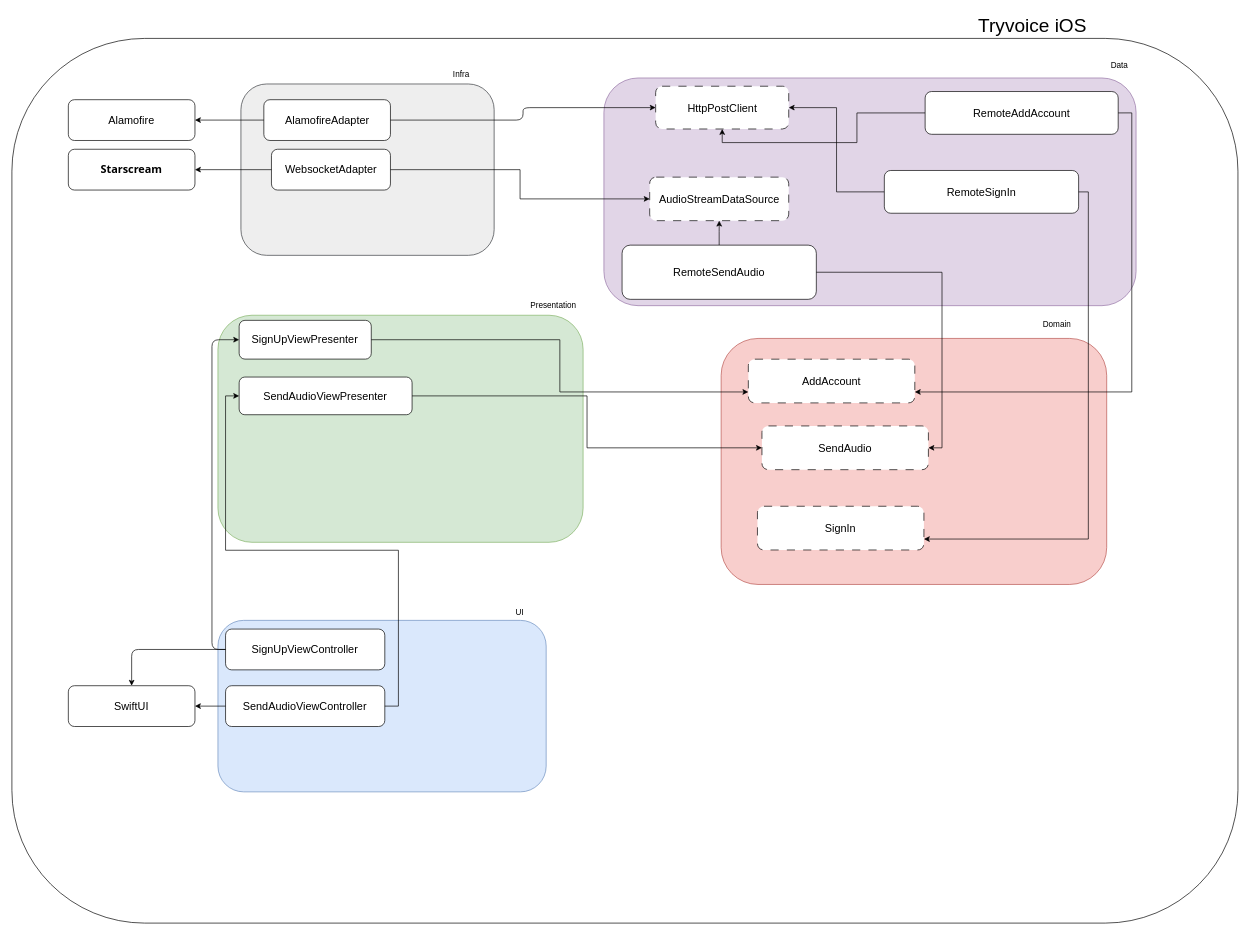
Earlier version of the draw.io diagram TryvoiceEngine.drawio (CarlosDanielDev/example-git). Source tidied: cells renumbered, new cells numbered last; positions are measured from the earlier drawing's top-left corner, leaving out a move shared by most shapes. Both pictures are drawn from the tidied source at 68%, with x=0, y=0 at pixel (12, 12).
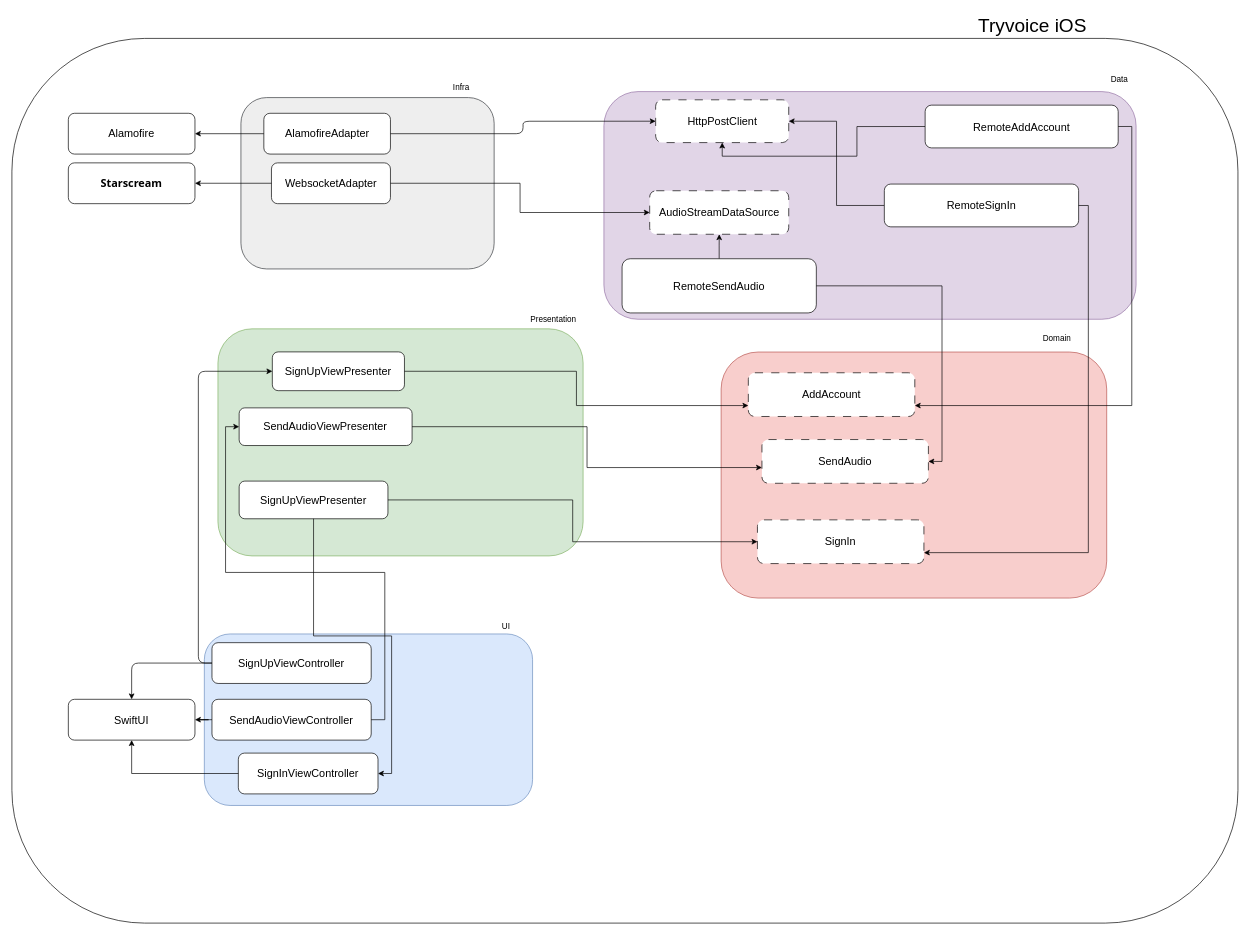
After the change.

The change refers to these unchanged cells:
```xml
<mxCell id="9" style="group;rounded=1;" parent="3" vertex="1">
  <mxGeometry x="303" y="400" width="537" height="380" as="geometry" />
</mxCell>
<mxCell id="17" value="SendAudio" style="rounded=1;whiteSpace=wrap;html=1;fontSize=16;spacing=2;dashed=1;dashPattern=12 12;" parent="14" vertex="1">
  <mxGeometry x="60" y="168.9" width="244.8" height="64.3" as="geometry" />
</mxCell>
<mxCell id="19" value="SignIn" style="rounded=1;whiteSpace=wrap;html=1;fontSize=16;spacing=2;dashed=1;dashPattern=12 12;" parent="14" vertex="1">
  <mxGeometry x="53.4" y="287" width="244.8" height="64.3" as="geometry" />
</mxCell>
<mxCell id="21" value="SwiftUI" style="rounded=1;whiteSpace=wrap;html=1;fontSize=16;spacing=2;" parent="3" vertex="1">
  <mxGeometry x="83" y="990.9" width="186.2" height="60" as="geometry" />
</mxCell>
```

What changed in the source:
```diff
@@
     <mxCell id="3" style="group;rounded=1;" parent="1" vertex="1">
-      <mxGeometry width="1803" height="1317" as="geometry" />
+      <mxGeometry y="20" width="1803" height="1317" as="geometry" />
     </mxCell>
     <mxCell id="4" style="group;rounded=1;" parent="3" vertex="1">
-      <mxGeometry x="303" y="860" width="482.7" height="287" as="geometry" />
+      <mxGeometry x="283" y="860" width="482.7" height="287" as="geometry" />
     </mxCell>
@@
+    <mxCell id="53" value="SignInViewController" style="rounded=1;whiteSpace=wrap;html=1;fontSize=16;spacing=2;" parent="4" vertex="1">
+      <mxGeometry x="50" y="210" width="205.4" height="60" as="geometry" />
+    </mxCell>
@@
     <mxCell id="12" value="SignUpViewPresenter" style="rounded=1;whiteSpace=wrap;html=1;fontSize=16;spacing=2;" parent="9" vertex="1">
-      <mxGeometry x="31.2" y="53.6" width="194.3" height="57" as="geometry" />
+      <mxGeometry x="80" y="80" width="194.3" height="57" as="geometry" />
     </mxCell>
     <mxCell id="13" value="SendAudioViewPresenter" style="rounded=1;whiteSpace=wrap;html=1;fontSize=16;spacing=2;" parent="9" vertex="1">
-      <mxGeometry x="31.2" y="137" width="254.3" height="55.4" as="geometry" />
+      <mxGeometry x="31.2" y="162.3" width="254.3" height="55.4" as="geometry" />
     </mxCell>
+    <mxCell id="54" value="SignUpViewPresenter" style="rounded=1;whiteSpace=wrap;html=1;fontSize=16;spacing=2;" parent="9" vertex="1">
+      <mxGeometry x="31.2" y="270" width="218.8" height="55.4" as="geometry" />
+    </mxCell>
@@
-    <mxCell id="45" style="edgeStyle=orthogonalEdgeStyle;rounded=0;hachureGap=4;jettySize=auto;html=1;fontFamily=Architects Daughter;fontSize=16;entryX=0;entryY=0.5;entryDx=0;entryDy=0;" parent="3" edge="1" source="13" target="17">
-      <mxGeometry relative="1" as="geometry" />
-    </mxCell>
@@
+    <mxCell id="45" style="edgeStyle=orthogonalEdgeStyle;rounded=0;hachureGap=4;jettySize=auto;html=1;entryX=0;entryY=0.64;entryDx=0;entryDy=0;entryPerimeter=0;fontFamily=Architects Daughter;fontSize=16;" parent="3" edge="1" source="13" target="17">
+      <mxGeometry relative="1" as="geometry" />
+    </mxCell>
+    <mxCell id="55" style="edgeStyle=orthogonalEdgeStyle;rounded=0;hachureGap=4;jettySize=auto;html=1;entryX=0;entryY=0.5;entryDx=0;entryDy=0;fontFamily=Architects Daughter;fontSize=16;" parent="3" edge="1" source="54" target="19">
+      <mxGeometry relative="1" as="geometry" />
+    </mxCell>
+    <mxCell id="56" style="edgeStyle=orthogonalEdgeStyle;rounded=0;hachureGap=4;jettySize=auto;html=1;fontFamily=Architects Daughter;fontSize=16;" parent="3" edge="1" source="53" target="21">
+      <mxGeometry relative="1" as="geometry" />
+    </mxCell>
+    <mxCell id="57" style="edgeStyle=orthogonalEdgeStyle;rounded=0;hachureGap=4;jettySize=auto;html=1;exitX=0.5;exitY=1;exitDx=0;exitDy=0;entryX=1;entryY=0.5;entryDx=0;entryDy=0;fontFamily=Architects Daughter;fontSize=16;" parent="3" edge="1" source="54" target="53">
+      <mxGeometry relative="1" as="geometry" />
+    </mxCell>
```
